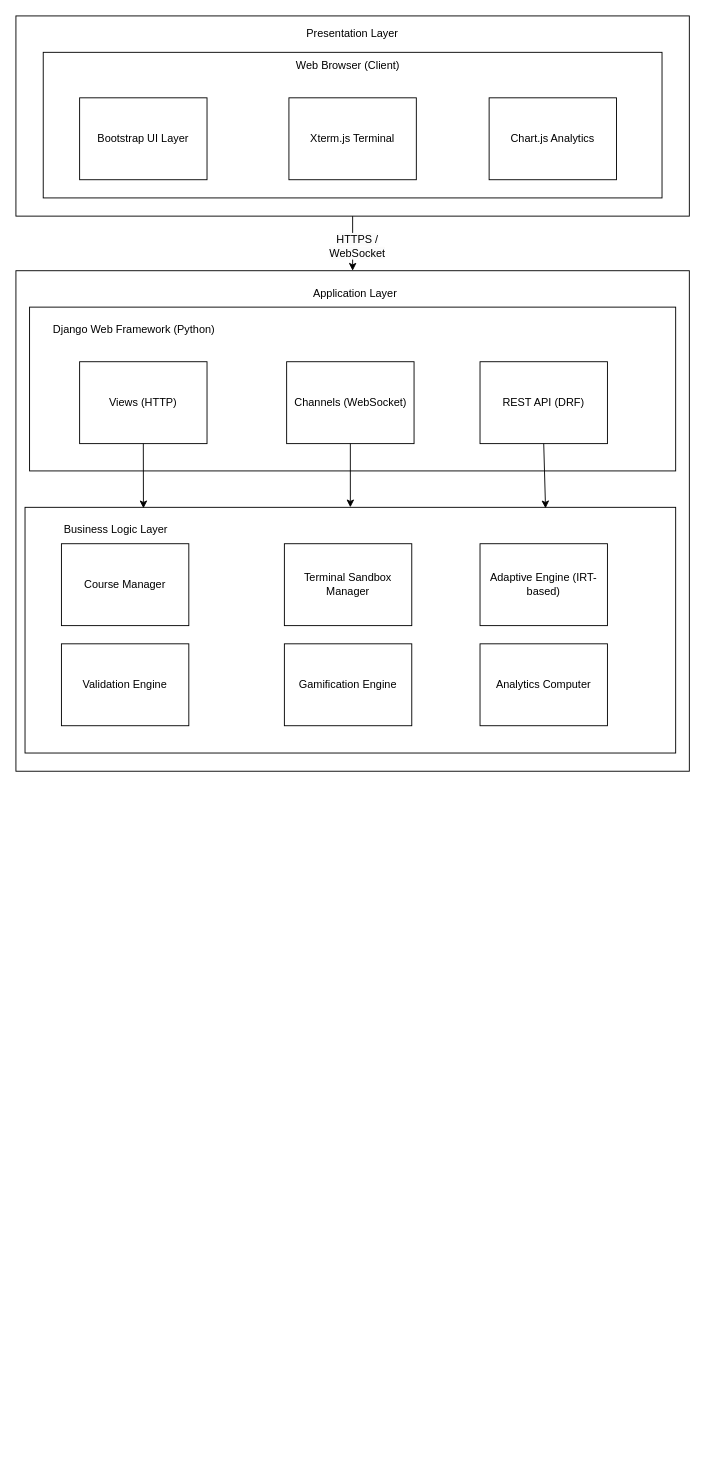
The draw.io diagram systemarchitecturebinam.drawio in dikshyarai10/CHM, before the edit. Source tidied: cells renumbered, new cells numbered last; positions are measured from the earlier drawing's top-left corner, leaving out a move shared by most shapes. Both pictures are drawn from the tidied source at 91%, with x=0, y=0 at pixel (15, 15).
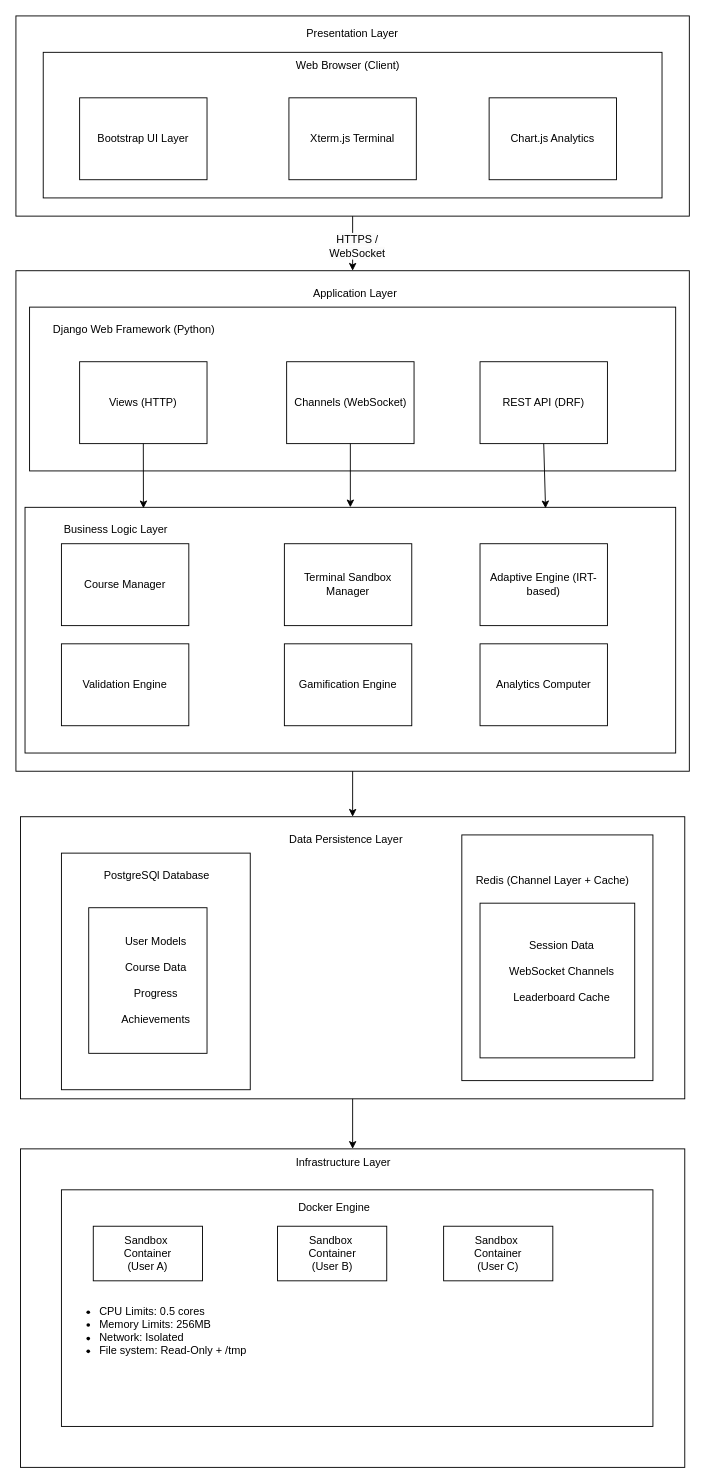
After the change.

Unchanged cells that the change refers to:
```xml
<mxCell id="9" style="rounded=0;whiteSpace=wrap;html=1;" parent="1" vertex="1">
  <mxGeometry y="280" width="740" height="550" as="geometry" />
</mxCell>
```

What changed in the source:
```diff
@@
+    <mxCell id="29" style="rounded=0;whiteSpace=wrap;html=1;" parent="1" vertex="1">
+      <mxGeometry x="5" y="880" width="730" height="310" as="geometry" />
+    </mxCell>
+    <mxCell id="30" style="rounded=0;whiteSpace=wrap;html=1;" parent="1" vertex="1">
+      <mxGeometry x="490" y="900" width="210" height="270" as="geometry" />
+    </mxCell>
+    <mxCell id="31" style="rounded=0;whiteSpace=wrap;html=1;" parent="1" vertex="1">
+      <mxGeometry x="50" y="920" width="207.5" height="260" as="geometry" />
+    </mxCell>
+    <mxCell id="32" style="rounded=0;whiteSpace=wrap;html=1;" parent="1" vertex="1">
+      <mxGeometry x="80" y="980" width="130" height="160" as="geometry" />
+    </mxCell>
+    <mxCell id="33" style="rounded=0;whiteSpace=wrap;html=1;" parent="1" vertex="1">
+      <mxGeometry x="510" y="975" width="170" height="170" as="geometry" />
+    </mxCell>
+    <mxCell id="34" value="Data Persistence Layer" style="text;html=1;align=center;verticalAlign=middle;whiteSpace=wrap;rounded=0;" parent="1" vertex="1">
+      <mxGeometry x="267.5" y="900" width="190" height="10" as="geometry" />
+    </mxCell>
+    <mxCell id="35" value="PostgreSQl Database" style="text;html=1;align=center;verticalAlign=middle;whiteSpace=wrap;rounded=0;" parent="1" vertex="1">
+      <mxGeometry x="80" y="930" width="150" height="30" as="geometry" />
+    </mxCell>
+    <mxCell id="36" value="Redis (Channel Layer + Cache)" style="text;html=1;align=center;verticalAlign=middle;whiteSpace=wrap;rounded=0;" parent="1" vertex="1">
+      <mxGeometry x="500" y="930" width="180" height="40" as="geometry" />
+    </mxCell>
+    <mxCell id="37" value="User Models&lt;div&gt;&lt;br&gt;&lt;div&gt;Course Data&lt;/div&gt;&lt;div&gt;&amp;nbsp;&lt;/div&gt;&lt;div&gt;Progress&lt;/div&gt;&lt;div&gt;&amp;nbsp;&lt;/div&gt;&lt;div&gt;Achievements&lt;/div&gt;&lt;/div&gt;" style="text;html=1;align=center;verticalAlign=middle;whiteSpace=wrap;rounded=0;" parent="1" vertex="1">
+      <mxGeometry x="98.8" y="990" width="110" height="140" as="geometry" />
+    </mxCell>
+    <mxCell id="38" value="Session Data&lt;div&gt;&lt;br&gt;&lt;/div&gt;&lt;div&gt;WebSocket Channels&lt;/div&gt;&lt;div&gt;&lt;br&gt;&lt;/div&gt;&lt;div&gt;Leaderboard Cache&lt;/div&gt;" style="text;html=1;align=center;verticalAlign=middle;whiteSpace=wrap;rounded=0;" parent="1" vertex="1">
+      <mxGeometry x="530" y="1010" width="140" height="80" as="geometry" />
+    </mxCell>
+    <mxCell id="39" style="rounded=0;whiteSpace=wrap;html=1;" parent="1" vertex="1">
+      <mxGeometry x="5" y="1245" width="730" height="350" as="geometry" />
+    </mxCell>
+    <mxCell id="40" value="Infrastructure Layer" style="text;html=1;align=center;verticalAlign=middle;whiteSpace=wrap;rounded=0;" parent="1" vertex="1">
+      <mxGeometry x="290" y="1250" width="140" height="20" as="geometry" />
+    </mxCell>
+    <mxCell id="41" style="rounded=0;whiteSpace=wrap;html=1;" parent="1" vertex="1">
+      <mxGeometry x="50" y="1290" width="650" height="260" as="geometry" />
+    </mxCell>
+    <mxCell id="42" value="Docker Engine" style="text;html=1;align=center;verticalAlign=middle;whiteSpace=wrap;rounded=0;" parent="1" vertex="1">
+      <mxGeometry x="300" y="1300" width="100" height="20" as="geometry" />
+    </mxCell>
+    <mxCell id="43" value="Sandbox&amp;nbsp;&lt;div&gt;Container&lt;/div&gt;&lt;div&gt;(User A)&lt;/div&gt;" style="rounded=0;whiteSpace=wrap;html=1;" parent="1" vertex="1">
+      <mxGeometry x="85" y="1330" width="120" height="60" as="geometry" />
+    </mxCell>
+    <mxCell id="44" value="Sandbox&amp;nbsp;&lt;div&gt;Container&lt;/div&gt;&lt;div&gt;(User B)&lt;/div&gt;" style="rounded=0;whiteSpace=wrap;html=1;" parent="1" vertex="1">
+      <mxGeometry x="287.5" y="1330" width="120" height="60" as="geometry" />
+    </mxCell>
+    <mxCell id="45" value="Sandbox&amp;nbsp;&lt;div&gt;Container&lt;/div&gt;&lt;div&gt;(User C)&lt;/div&gt;" style="rounded=0;whiteSpace=wrap;html=1;" parent="1" vertex="1">
+      <mxGeometry x="470" y="1330" width="120" height="60" as="geometry" />
+    </mxCell>
+    <mxCell id="46" value="&lt;ul&gt;&lt;li&gt;CPU Limits: 0.5 cores&lt;/li&gt;&lt;li&gt;Memory Limits: 256MB&lt;/li&gt;&lt;li&gt;Network: Isolated&lt;/li&gt;&lt;li&gt;File system: Read-Only + /tmp&lt;/li&gt;&lt;/ul&gt;" style="text;html=1;align=left;verticalAlign=middle;whiteSpace=wrap;rounded=0;" parent="1" vertex="1">
+      <mxGeometry x="50" y="1430" width="430" height="30" as="geometry" />
+    </mxCell>
+    <mxCell id="47" style="endArrow=classic;html=1;rounded=0;exitX=0.5;exitY=1;exitDx=0;exitDy=0;entryX=0.5;entryY=0;entryDx=0;entryDy=0;" parent="1" edge="1" source="29" target="39">
+      <mxGeometry relative="1" as="geometry" />
+    </mxCell>
+    <mxCell id="48" style="endArrow=classic;html=1;rounded=0;exitX=0.5;exitY=1;exitDx=0;exitDy=0;entryX=0.5;entryY=0;entryDx=0;entryDy=0;" parent="1" edge="1" source="9" target="29">
+      <mxGeometry relative="1" as="geometry" />
+    </mxCell>
```
